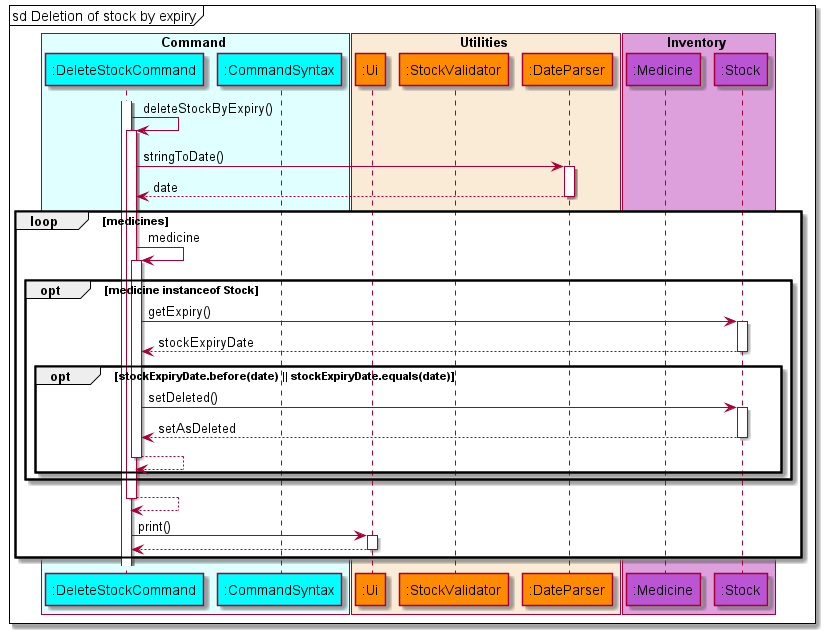
Earlier version of the PlantUML export docs/diagrams/diagram_images/DeletionOfStockByExpirySequenceDiagram.png (nus-cs2113-AY2122S1/tp).
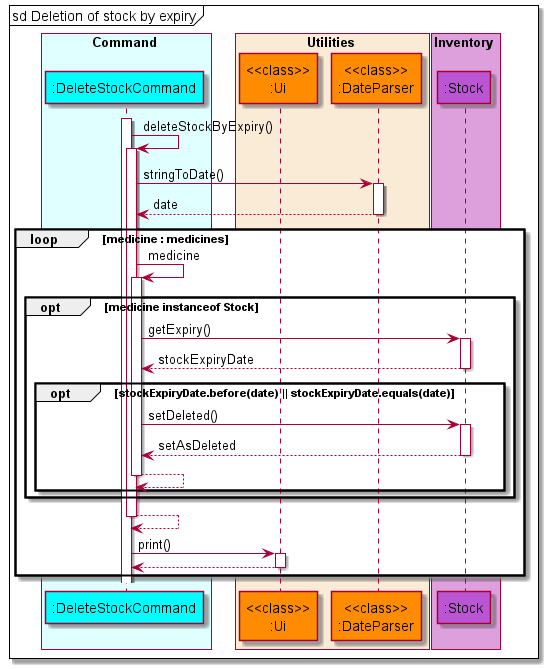
After the commit.

What changed in the source:
```diff
@@ -4,17 +4,14 @@
 
 box Command COLOR_COMMAND_BOX
     participant ":DeleteStockCommand" as deleteStock COLOR_COMMAND
-    participant ":CommandSyntax" as commandSyntax COLOR_COMMAND
 end box
 
 box Utilities COLOR_UTILITIES_BOX
-    participant ":Ui" as ui COLOR_UTILITIES
-    participant ":StockValidator" as stockValidator COLOR_UTILITIES
-    participant ":DateParser" as dateParser COLOR_UTILITIES
+    participant "<<class>>\n:Ui" as ui COLOR_UTILITIES
+    participant "<<class>>\n:DateParser" as dateParser COLOR_UTILITIES
 end box
 
 box Inventory COLOR_INVENTORY_BOX
-    participant ":Medicine" as medicine COLOR_INVENTORY
     participant ":Stock" as stock COLOR_INVENTORY
 end box
 
@@ -24,7 +21,7 @@
 deleteStock -> deleteStock: deleteStockByExpiry()
 deleteStock -> dateParser : stringToDate()
 deleteStock <-- dateParser : date
-loop medicines
+loop medicine : medicines
     deleteStock -> deleteStock : medicine
     opt medicine instanceof Stock
         deleteStock -> stock : getExpiry()
```
